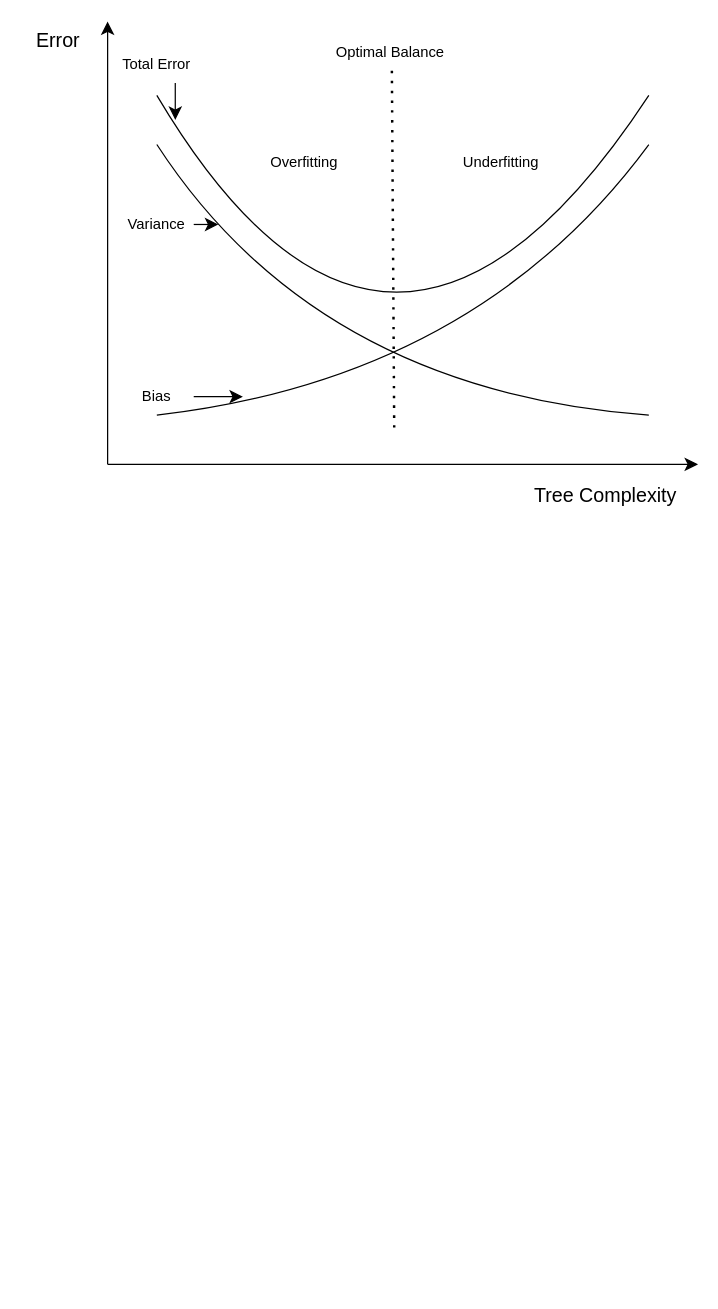
The draw.io diagram midterm/bias and variance.drawio in KayvanShah1/usc-dsci552-mlds-sp23, before the edit. Source tidied: cells renumbered, new cells numbered last; positions are measured from the earlier drawing's top-left corner, leaving out a move shared by most shapes. Both pictures are drawn from the tidied source at 123%, with x=0, y=0 at pixel (21, 21).
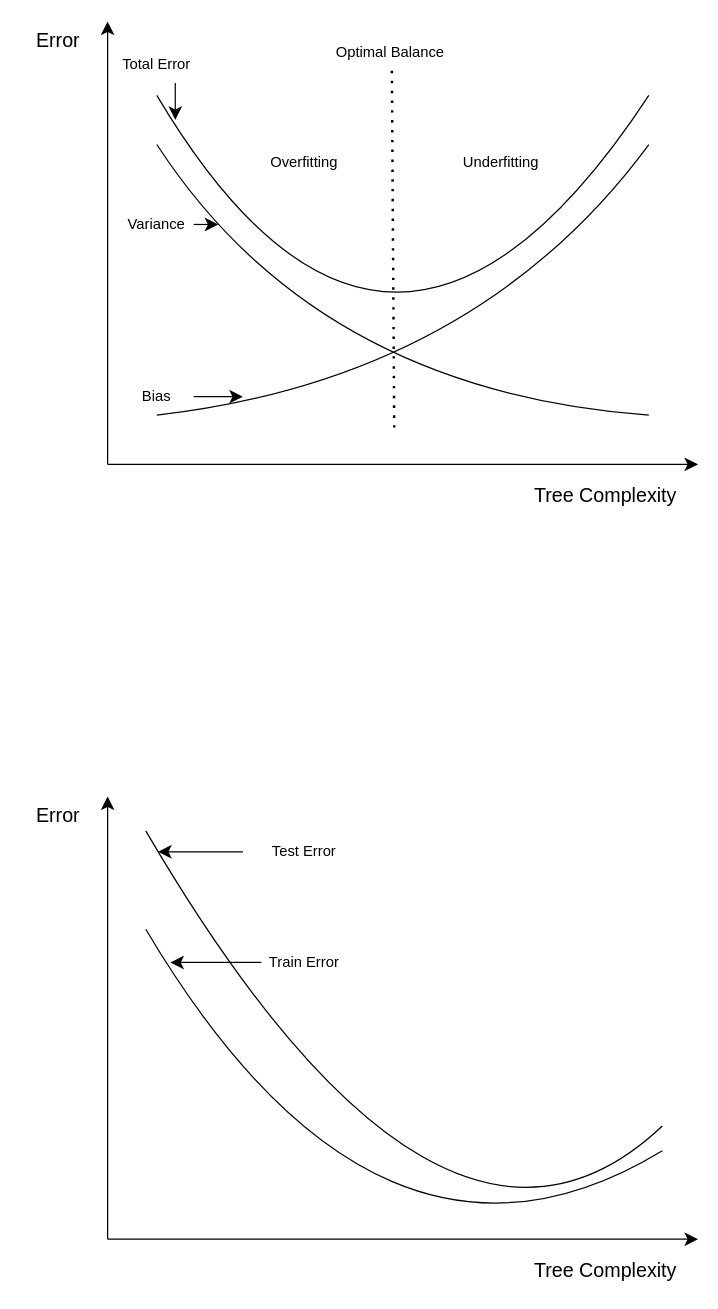
The same page after the edit.

Change to the diagram source:
```diff
@@
+    <mxCell id="20" style="endArrow=classic;html=1;fontSize=12;startSize=8;endSize=8;curved=1;" parent="1" edge="1">
+      <mxGeometry relative="1" as="geometry">
+        <mxPoint x="70" y="990" as="sourcePoint" />
+        <mxPoint x="70" y="630" as="targetPoint" />
+      </mxGeometry>
+    </mxCell>
+    <mxCell id="21" style="endArrow=classic;html=1;fontSize=12;startSize=8;endSize=8;curved=1;" parent="1" edge="1">
+      <mxGeometry relative="1" as="geometry">
+        <mxPoint x="70" y="990" as="sourcePoint" />
+        <mxPoint x="550" y="990" as="targetPoint" />
+      </mxGeometry>
+    </mxCell>
+    <mxCell id="22" value="Error" style="text;html=1;strokeColor=none;fillColor=none;align=center;verticalAlign=middle;whiteSpace=wrap;rounded=0;fontSize=16;" parent="1" vertex="1">
+      <mxGeometry y="630" width="60" height="30" as="geometry" />
+    </mxCell>
+    <mxCell id="23" value="Tree Complexity" style="text;html=1;strokeColor=none;fillColor=none;align=center;verticalAlign=middle;whiteSpace=wrap;rounded=0;fontSize=16;" parent="1" vertex="1">
+      <mxGeometry x="400" y="1000" width="150" height="30" as="geometry" />
+    </mxCell>
+    <mxCell id="24" style="endArrow=none;html=1;rounded=0;fontSize=12;startSize=8;endSize=8;curved=1;" parent="1" edge="1">
+      <mxGeometry relative="1" as="geometry">
+        <mxPoint x="101" y="658" as="sourcePoint" />
+        <mxPoint x="521" y="898" as="targetPoint" />
+        <Array as="points">
+          <mxPoint x="341" y="1068" />
+        </Array>
+      </mxGeometry>
+    </mxCell>
+    <mxCell id="25" style="endArrow=none;html=1;rounded=0;fontSize=12;startSize=8;endSize=8;curved=1;" parent="1" edge="1">
+      <mxGeometry relative="1" as="geometry">
+        <mxPoint x="101" y="738" as="sourcePoint" />
+        <mxPoint x="521" y="918" as="targetPoint" />
+        <Array as="points">
+          <mxPoint x="291" y="1058" />
+        </Array>
+      </mxGeometry>
+    </mxCell>
+    <mxCell id="26" style="edgeStyle=none;curved=1;rounded=0;jettySize=auto;html=1;exitX=0;exitY=0.5;exitDx=0;exitDy=0;fontSize=12;startSize=8;endSize=8;" parent="1" edge="1" source="27">
+      <mxGeometry relative="1" as="geometry">
+        <mxPoint x="111" y="675" as="targetPoint" />
+      </mxGeometry>
+    </mxCell>
+    <mxCell id="27" value="Test Error" style="text;html=1;strokeColor=none;fillColor=none;align=center;verticalAlign=middle;whiteSpace=wrap;rounded=0;fontSize=12;" parent="1" vertex="1">
+      <mxGeometry x="180" y="660" width="100" height="30" as="geometry" />
+    </mxCell>
+    <mxCell id="28" style="edgeStyle=none;curved=1;rounded=0;jettySize=auto;html=1;exitX=0;exitY=0.5;exitDx=0;exitDy=0;fontSize=12;startSize=8;endSize=8;" parent="1" edge="1" source="29">
+      <mxGeometry relative="1" as="geometry">
+        <mxPoint x="121" y="765" as="targetPoint" />
+      </mxGeometry>
+    </mxCell>
+    <mxCell id="29" value="Train Error" style="text;html=1;strokeColor=none;fillColor=none;align=center;verticalAlign=middle;whiteSpace=wrap;rounded=0;fontSize=12;" parent="1" vertex="1">
+      <mxGeometry x="195" y="750" width="70" height="30" as="geometry" />
+    </mxCell>
```
